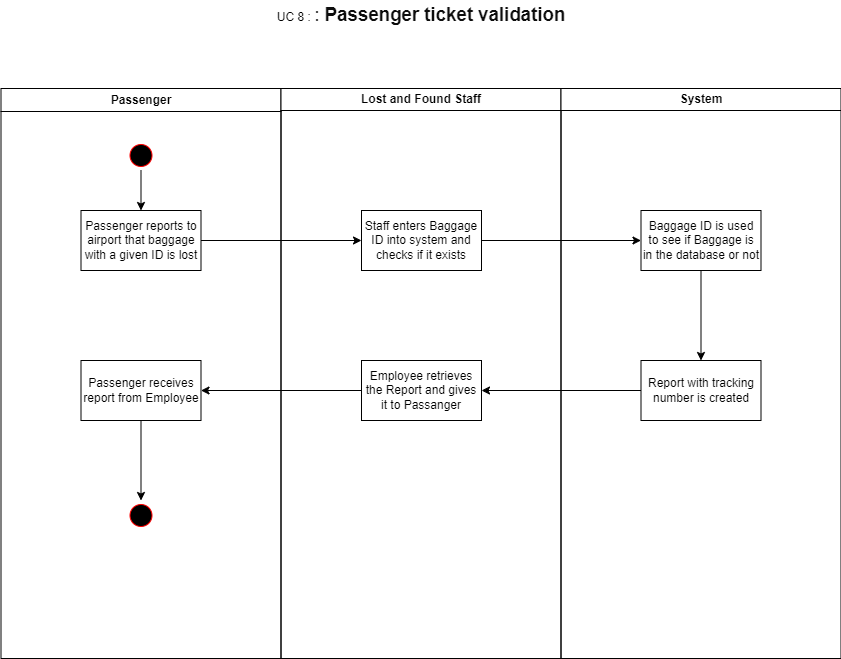
This is Diagramms/Activity Diagrams/UC_8.drawio.png from Smr002/Group01_Airport_Management_System, a draw.io export, as it was before one commit. Source tidied: cells renumbered, new cells last; positions are measured from the earlier drawing's top-left corner, leaving out a move shared by most shapes. Source of this version:
```xml
<mxGraphModel>
  <root>
    <mxCell id="0" />
    <mxCell id="1" parent="0" />
    <mxCell id="2" value="Passenger" style="swimlane;whiteSpace=wrap;" parent="1" vertex="1">
      <mxGeometry x="0.5" y="88" width="280" height="570" as="geometry" />
    </mxCell>
    <mxCell id="3" style="ellipse;shape=startState;fillColor=#000000;strokeColor=#ff0000;" parent="2" vertex="1">
      <mxGeometry x="125" y="52" width="30" height="30" as="geometry" />
    </mxCell>
    <mxCell id="4" value="Passenger reports to airport that baggage with a given ID is lost" style="rounded=0;whiteSpace=wrap;html=1;" parent="2" vertex="1">
      <mxGeometry x="80" y="122" width="120" height="60" as="geometry" />
    </mxCell>
    <mxCell id="5" value="Passenger receives report from Employee" style="rounded=0;whiteSpace=wrap;html=1;" parent="2" vertex="1">
      <mxGeometry x="80" y="272" width="120" height="60" as="geometry" />
    </mxCell>
    <mxCell id="6" style="ellipse;shape=startState;fillColor=#000000;strokeColor=#ff0000;" parent="2" vertex="1">
      <mxGeometry x="125" y="412" width="30" height="30" as="geometry" />
    </mxCell>
    <mxCell id="7" style="endArrow=classic;html=1;rounded=0;" parent="2" edge="1" source="3" target="4">
      <mxGeometry relative="1" as="geometry" />
    </mxCell>
    <mxCell id="8" style="endArrow=classic;html=1;rounded=0;" parent="2" edge="1" source="5" target="6">
      <mxGeometry relative="1" as="geometry" />
    </mxCell>
    <mxCell id="9" value="Lost and Found Staff" style="swimlane;whiteSpace=wrap;startSize=22;" parent="1" vertex="1">
      <mxGeometry x="280.5" y="88" width="280" height="570" as="geometry" />
    </mxCell>
    <mxCell id="10" value="Staff enters Baggage ID into system and checks if it exists" style="rounded=0;whiteSpace=wrap;html=1;" parent="9" vertex="1">
      <mxGeometry x="80.5" y="122" width="120" height="60" as="geometry" />
    </mxCell>
    <mxCell id="11" value="Employee retrieves the Report and gives it to Passanger" style="rounded=0;whiteSpace=wrap;html=1;" parent="9" vertex="1">
      <mxGeometry x="80.5" y="272" width="120" height="60" as="geometry" />
    </mxCell>
    <mxCell id="12" value="System" style="swimlane;whiteSpace=wrap;startSize=22;" parent="1" vertex="1">
      <mxGeometry x="560.5" y="88" width="280" height="570" as="geometry" />
    </mxCell>
    <mxCell id="13" value="Baggage ID is used to see if Baggage is in the database or not" style="rounded=0;whiteSpace=wrap;html=1;" parent="12" vertex="1">
      <mxGeometry x="80" y="122" width="120" height="60" as="geometry" />
    </mxCell>
    <mxCell id="14" value="Report with tracking number is created" style="rounded=0;whiteSpace=wrap;html=1;" parent="12" vertex="1">
      <mxGeometry x="80" y="272" width="120" height="60" as="geometry" />
    </mxCell>
    <mxCell id="15" style="endArrow=classic;html=1;rounded=0;" parent="12" edge="1" source="13" target="14">
      <mxGeometry relative="1" as="geometry" />
    </mxCell>
    <mxCell id="16" style="endArrow=classic;html=1;rounded=0;" parent="1" edge="1" source="14" target="11">
      <mxGeometry relative="1" as="geometry" />
    </mxCell>
    <mxCell id="17" style="endArrow=classic;html=1;rounded=0;" parent="1" edge="1" source="10" target="13">
      <mxGeometry relative="1" as="geometry" />
    </mxCell>
    <mxCell id="18" style="endArrow=classic;html=1;rounded=0;" parent="1" edge="1" source="4" target="10">
      <mxGeometry relative="1" as="geometry" />
    </mxCell>
    <mxCell id="19" style="endArrow=classic;html=1;rounded=0;" parent="1" edge="1" source="11" target="5">
      <mxGeometry relative="1" as="geometry" />
    </mxCell>
    <mxCell id="20" value="UC 8 :&amp;nbsp;&lt;span style=&quot;font-size:14.0pt;line-height:&lt;br/&gt;115%;font-family:&amp;quot;Arial&amp;quot;,sans-serif;mso-fareast-font-family:Arial;color:#0D0D0D;&lt;br/&gt;mso-themecolor:text1;mso-themetint:242;mso-font-kerning:0pt;mso-ligatures:none;&lt;br/&gt;mso-ansi-language:EN;mso-fareast-language:#1000;mso-bidi-language:AR-SA&quot; lang=&quot;EN&quot;&gt;: &lt;b&gt;Passenger ticket validation&lt;/b&gt;&lt;/span&gt;" style="text;html=1;align=center;verticalAlign=middle;whiteSpace=wrap;rounded=0;" parent="1" vertex="1">
      <mxGeometry x="271" width="300" height="30" as="geometry" />
    </mxCell>
  </root>
</mxGraphModel>
```
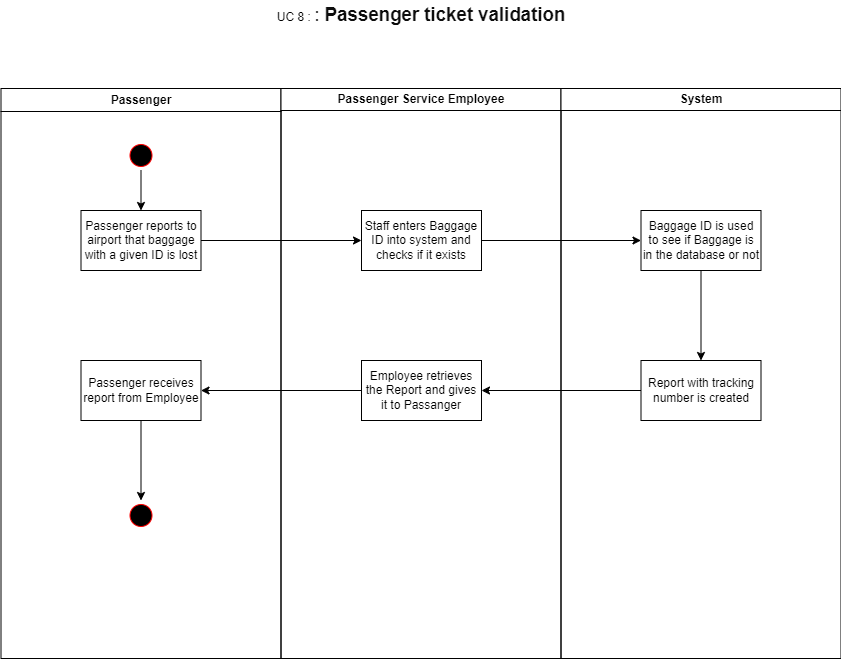
The same diagram one commit later.

The edit, as a diff of the source:
```diff
@@ -23,7 +23,7 @@
     <mxCell id="8" style="endArrow=classic;html=1;rounded=0;" parent="2" edge="1" source="5" target="6">
       <mxGeometry relative="1" as="geometry" />
     </mxCell>
-    <mxCell id="9" value="Lost and Found Staff" style="swimlane;whiteSpace=wrap;startSize=22;" parent="1" vertex="1">
+    <mxCell id="9" value="Passenger Service Employee" style="swimlane;whiteSpace=wrap;startSize=22;" parent="1" vertex="1">
       <mxGeometry x="280.5" y="88" width="280" height="570" as="geometry" />
     </mxCell>
     <mxCell id="10" value="Staff enters Baggage ID into system and checks if it exists" style="rounded=0;whiteSpace=wrap;html=1;" parent="9" vertex="1">
```
